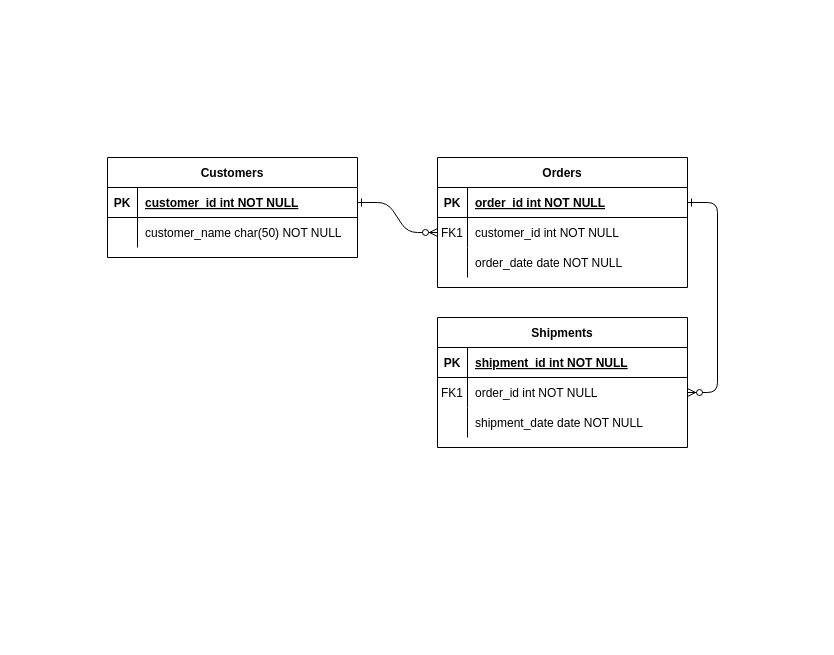
This is Untitled Diagram.drawio from vladimiralencar/Alunos-UEPB-BancoDeDados, a draw.io file, before an edit. Source tidied: cells renumbered, new cells numbered last; positions are measured from the earlier drawing's top-left corner, leaving out a move shared by most shapes. Both pictures are drawn from the tidied source at 100%, with x=0, y=0 at pixel (107, 157).
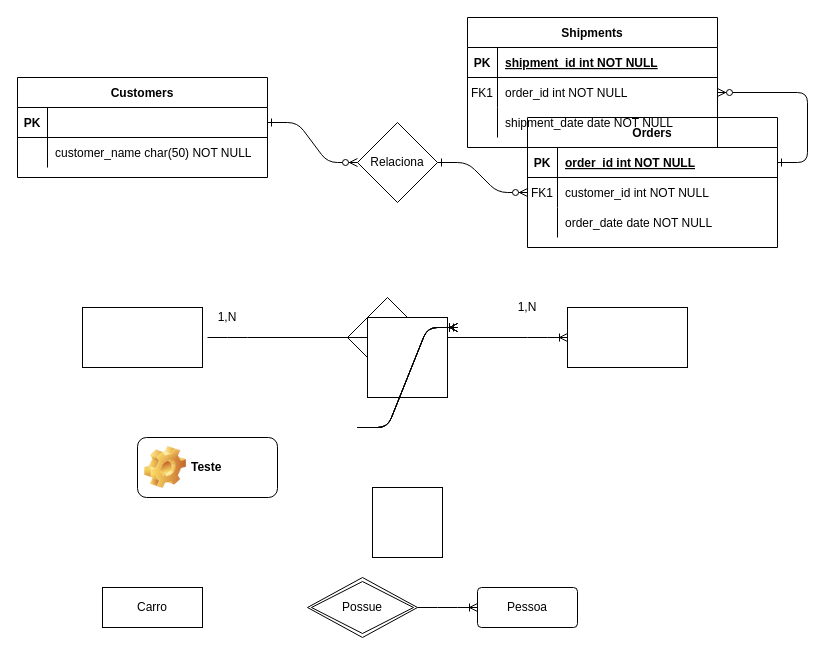
The same page after the edit.

Unchanged cells that the change refers to:
```xml
<mxCell id="8" style="shape=partialRectangle;fillColor=none;points=[[0,0.5],[1,0.5]];portConstraint=eastwest;top=0;left=0;right=0;bottom=0;" parent="4" vertex="1">
  <mxGeometry y="60" width="250" height="30" as="geometry" />
</mxCell>
<mxCell id="25" style="shape=partialRectangle;fillColor=none;points=[[0,0.5],[1,0.5]];portConstraint=eastwest;top=0;left=0;right=0;bottom=1;" parent="24" vertex="1">
  <mxGeometry y="30" width="250" height="30" as="geometry" />
</mxCell>
```

Diff of the diagram source:
```diff
@@
-    <mxCell id="2" style="edgeStyle=entityRelationEdgeStyle;endArrow=ERzeroToMany;startArrow=ERone;endFill=1;startFill=0;" parent="1" edge="1" source="25" target="8">
+    <mxCell id="2" style="edgeStyle=entityRelationEdgeStyle;endArrow=ERzeroToMany;startArrow=ERone;endFill=1;startFill=0;" parent="1" edge="1" source="31" target="8">
       <mxGeometry relative="1" as="geometry" />
     </mxCell>
@@
     <mxCell id="4" value="Orders" style="shape=table;startSize=30;childLayout=tableLayout;rowLines=0;fontStyle=1;align=center;" parent="1" vertex="1">
-      <mxGeometry x="330" width="250" height="130" as="geometry" />
+      <mxGeometry x="420" y="-40" width="250" height="130" as="geometry" />
     </mxCell>
@@
     <mxCell id="14" value="Shipments" style="shape=table;startSize=30;childLayout=tableLayout;rowLines=0;fontStyle=1;align=center;" parent="1" vertex="1">
-      <mxGeometry x="330" y="160" width="250" height="130" as="geometry" />
+      <mxGeometry x="360" y="-140" width="250" height="130" as="geometry" />
     </mxCell>
@@
     <mxCell id="24" value="Customers" style="shape=table;startSize=30;childLayout=tableLayout;rowLines=0;fontStyle=1;align=center;" parent="1" vertex="1">
-      <mxGeometry width="250" height="100" as="geometry" />
+      <mxGeometry x="-90" y="-80" width="250" height="100" as="geometry" />
     </mxCell>
@@
-    <mxCell id="27" value="customer_id int NOT NULL " style="shape=partialRectangle;overflow=hidden;fillColor=none;top=0;left=0;bottom=0;right=0;align=left;spacingLeft=6;fontStyle=5;" parent="25" vertex="1">
+    <mxCell id="27" style="shape=partialRectangle;overflow=hidden;fillColor=none;top=0;left=0;bottom=0;right=0;align=left;spacingLeft=6;fontStyle=5;" parent="25" vertex="1">
       <mxGeometry x="30" width="220" height="30" as="geometry" />
     </mxCell>
@@
+    <mxCell id="31" value="Relaciona" style="rhombus;whiteSpace=wrap;html=1;" parent="1" vertex="1">
+      <mxGeometry x="250" y="-35" width="80" height="80" as="geometry" />
+    </mxCell>
+    <mxCell id="32" style="edgeStyle=entityRelationEdgeStyle;endArrow=ERzeroToMany;startArrow=ERone;endFill=1;startFill=0;" parent="1" edge="1" source="25" target="31">
+      <mxGeometry relative="1" as="geometry" />
+    </mxCell>
+    <mxCell id="33" style="rounded=0;whiteSpace=wrap;html=1;" parent="1" vertex="1">
+      <mxGeometry x="-25" y="150" width="120" height="60" as="geometry" />
+    </mxCell>
+    <mxCell id="34" style="rounded=0;whiteSpace=wrap;html=1;" parent="1" vertex="1">
+      <mxGeometry x="460" y="150" width="120" height="60" as="geometry" />
+    </mxCell>
+    <mxCell id="35" style="rhombus;whiteSpace=wrap;html=1;" parent="1" vertex="1">
+      <mxGeometry x="240" y="140" width="80" height="80" as="geometry" />
+    </mxCell>
+    <mxCell id="36" style="edgeStyle=entityRelationEdgeStyle;fontSize=12;html=1;endArrow=ERoneToMany;entryX=0;entryY=0.5;entryDx=0;entryDy=0;" parent="1" edge="1" target="34">
+      <mxGeometry relative="1" as="geometry">
+        <mxPoint x="100" y="180" as="sourcePoint" />
+      </mxGeometry>
+    </mxCell>
+    <mxCell id="37" value="1,N" style="text;html=1;strokeColor=none;fillColor=none;align=center;verticalAlign=middle;whiteSpace=wrap;rounded=0;" parent="1" vertex="1">
+      <mxGeometry x="100" y="150" width="40" height="20" as="geometry" />
+    </mxCell>
+    <mxCell id="38" value="1,N" style="text;html=1;strokeColor=none;fillColor=none;align=center;verticalAlign=middle;whiteSpace=wrap;rounded=0;" parent="1" vertex="1">
+      <mxGeometry x="400" y="140" width="40" height="20" as="geometry" />
+    </mxCell>
+    <mxCell id="39" value="Teste" style="label;whiteSpace=wrap;html=1;image=img/clipart/Gear_128x128.png;" parent="1" vertex="1">
+      <mxGeometry x="30" y="280" width="140" height="60" as="geometry" />
+    </mxCell>
+    <mxCell id="40" style="whiteSpace=wrap;html=1;" parent="1" vertex="1">
+      <mxGeometry x="260" y="160" width="80" height="80" as="geometry" />
+    </mxCell>
+    <mxCell id="41" style="whiteSpace=wrap;html=1;" parent="1" vertex="1">
+      <mxGeometry x="265" y="330" width="70" height="70" as="geometry" />
+    </mxCell>
+    <mxCell id="42" value="Carro" style="whiteSpace=wrap;html=1;align=center;" parent="1" vertex="1">
+      <mxGeometry x="-5" y="430" width="100" height="40" as="geometry" />
+    </mxCell>
+    <mxCell id="43" value="Pessoa" style="rounded=1;arcSize=10;whiteSpace=wrap;html=1;align=center;" parent="1" vertex="1">
+      <mxGeometry x="370" y="430" width="100" height="40" as="geometry" />
+    </mxCell>
+    <mxCell id="44" value="Possue" style="shape=rhombus;double=1;perimeter=rhombusPerimeter;whiteSpace=wrap;html=1;align=center;" parent="1" vertex="1">
+      <mxGeometry x="200" y="420" width="110" height="60" as="geometry" />
+    </mxCell>
+    <mxCell id="45" style="edgeStyle=entityRelationEdgeStyle;fontSize=12;html=1;endArrow=ERoneToMany;exitX=1;exitY=0.5;exitDx=0;exitDy=0;" parent="1" edge="1" source="44">
+      <mxGeometry relative="1" as="geometry">
+        <mxPoint x="370" y="450" as="targetPoint" />
+      </mxGeometry>
+    </mxCell>
+    <mxCell id="46" style="edgeStyle=entityRelationEdgeStyle;fontSize=12;html=1;endArrow=ERoneToMany;" parent="1" edge="1">
+      <mxGeometry relative="1" as="geometry">
+        <mxPoint x="250" y="270" as="sourcePoint" />
+        <mxPoint x="350" y="170" as="targetPoint" />
+      </mxGeometry>
+    </mxCell>
+    <mxCell id="47" style="edgeStyle=entityRelationEdgeStyle;fontSize=12;html=1;endArrow=ERoneToMany;" parent="1" edge="1">
+      <mxGeometry relative="1" as="geometry">
+        <mxPoint x="250" y="270" as="sourcePoint" />
+        <mxPoint x="350" y="170" as="targetPoint" />
+      </mxGeometry>
+    </mxCell>
+    <mxCell id="48" style="edgeStyle=entityRelationEdgeStyle;fontSize=12;html=1;endArrow=ERoneToMany;" parent="1" edge="1">
+      <mxGeometry relative="1" as="geometry">
+        <mxPoint x="250" y="270" as="sourcePoint" />
+        <mxPoint x="350" y="170" as="targetPoint" />
+      </mxGeometry>
+    </mxCell>
+    <mxCell id="49" style="edgeStyle=entityRelationEdgeStyle;fontSize=12;html=1;endArrow=ERmandOne;" parent="1" edge="1">
+      <mxGeometry relative="1" as="geometry">
+        <mxPoint x="250" y="270" as="sourcePoint" />
+        <mxPoint x="350" y="170" as="targetPoint" />
+      </mxGeometry>
+    </mxCell>
```
